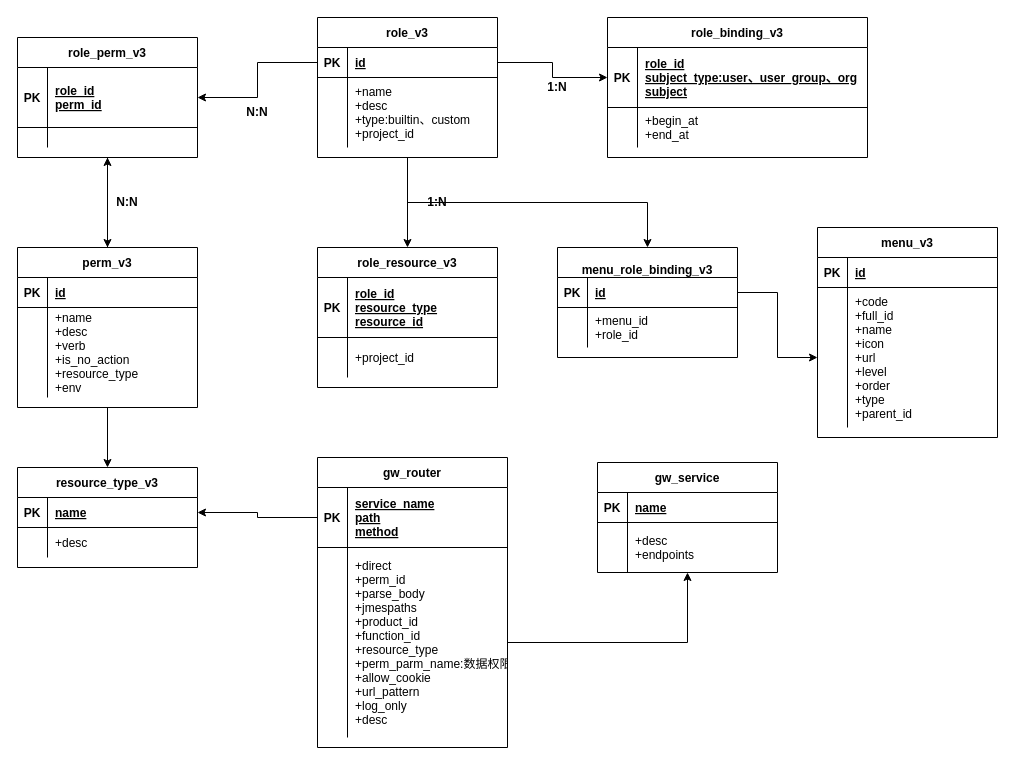
Before: 网关权限Diagram.drawio in jiankunking/diagrams, a draw.io diagram. Source tidied: cells renumbered, new cells numbered last; positions are measured from the earlier drawing's top-left corner, leaving out a move shared by most shapes. Both pictures are drawn from the tidied source at 100%, with x=0, y=0 at pixel (17, 17).
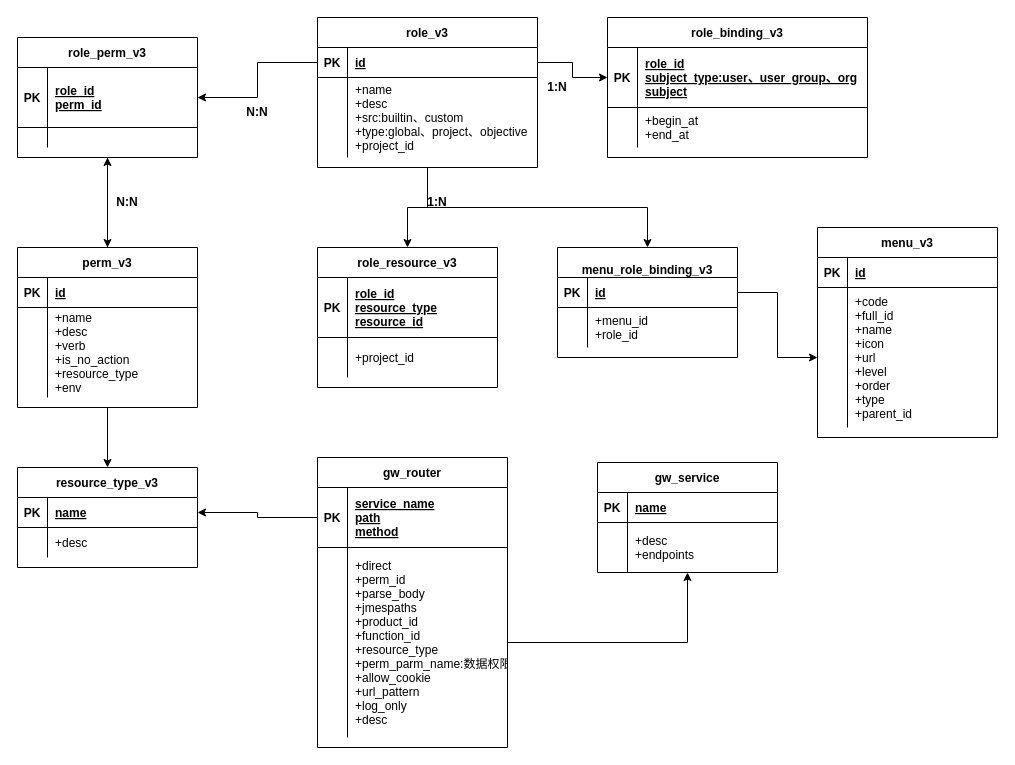
The same page after the edit.

The edit, as a diff of the source:
```diff
@@
     <mxCell id="4" value="role_v3" style="shape=table;startSize=30;childLayout=tableLayout;rowLines=0;fontStyle=1;align=center;" parent="1" vertex="1">
-      <mxGeometry x="300" width="180" height="140" as="geometry" />
+      <mxGeometry x="300" width="220" height="150" as="geometry" />
     </mxCell>
     <mxCell id="5" style="shape=tableRow;horizontal=0;startSize=0;swimlaneHead=0;swimlaneBody=0;fillColor=none;points=[[0,0.5],[1,0.5]];portConstraint=eastwest;top=0;left=0;right=0;bottom=1;" parent="4" vertex="1">
-      <mxGeometry y="30" width="180" height="30" as="geometry" />
+      <mxGeometry y="30" width="220" height="30" as="geometry" />
     </mxCell>
@@
     <mxCell id="7" value="id" style="shape=partialRectangle;fillColor=none;top=0;left=0;bottom=0;right=0;align=left;spacingLeft=6;fontStyle=5;overflow=hidden;" parent="5" vertex="1">
-      <mxGeometry x="30" width="150" height="30" as="geometry" />
+      <mxGeometry x="30" width="190" height="30" as="geometry" />
     </mxCell>
     <mxCell id="8" style="shape=tableRow;horizontal=0;startSize=0;swimlaneHead=0;swimlaneBody=0;fillColor=none;top=0;left=0;right=0;bottom=0;" parent="4" vertex="1">
-      <mxGeometry y="60" width="180" height="70" as="geometry" />
+      <mxGeometry y="60" width="220" height="80" as="geometry" />
     </mxCell>
     <mxCell id="9" style="shape=partialRectangle;fillColor=none;top=0;left=0;bottom=0;right=0;overflow=hidden;" parent="8" vertex="1">
-      <mxGeometry width="30" height="70" as="geometry" />
+      <mxGeometry width="30" height="80" as="geometry" />
     </mxCell>
-    <mxCell id="10" value="+name&#10;+desc&#10;+type:builtin、custom&#10;+project_id" style="shape=partialRectangle;fillColor=none;top=0;left=0;bottom=0;right=0;align=left;spacingLeft=6;overflow=hidden;strokeColor=default;" parent="8" vertex="1">
-      <mxGeometry x="30" width="150" height="70" as="geometry" />
+    <mxCell id="10" value="+name&#10;+desc&#10;+src:builtin、custom&#10;+type:global、project、objective&#10;+project_id" style="shape=partialRectangle;fillColor=none;top=0;left=0;bottom=0;right=0;align=left;spacingLeft=6;overflow=hidden;strokeColor=default;" parent="8" vertex="1">
+      <mxGeometry x="30" width="190" height="80" as="geometry" />
     </mxCell>
```
